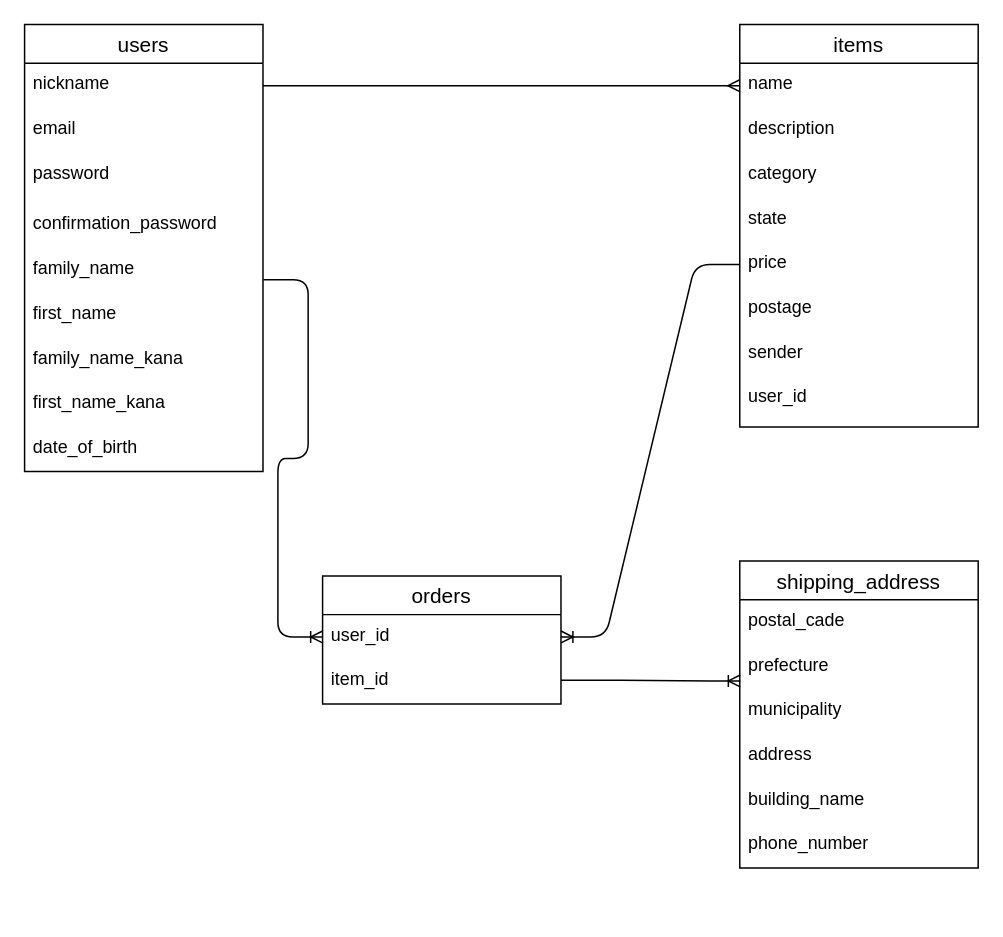
Above: furima.dio in cacaoman/furima-31730 (draw.io), before the change. Source tidied: cells renumbered, new cells numbered last; positions are measured from the earlier drawing's top-left corner, leaving out a move shared by most shapes. Both pictures are drawn from the tidied source at 149%, with x=0, y=0 at pixel (24, 24).
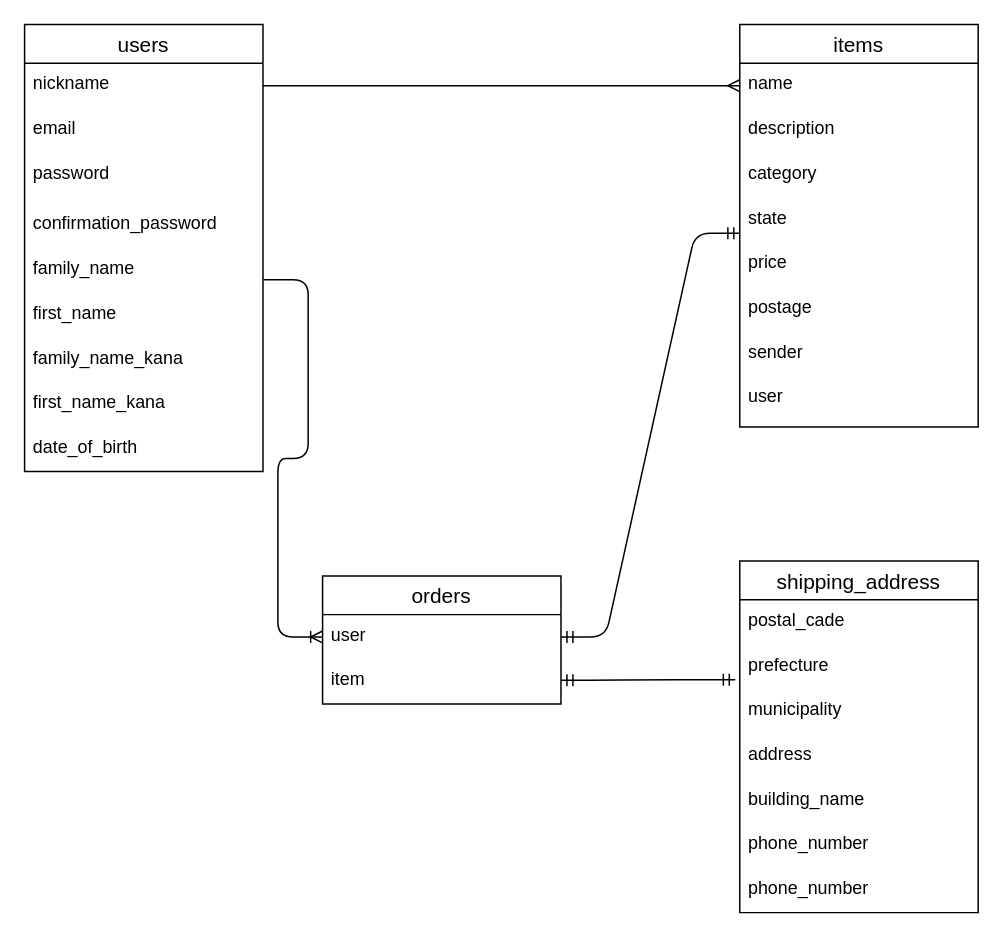
The same page after the edit.

Commit message (it also covers changes not shown here):
商品購入のテーブル追加に伴いアソシエーションの見直し

The change refers to these unchanged cells:
```xml
<mxCell id="13" value="items" style="swimlane;fontStyle=0;horizontal=1;startSize=26;align=center;fontSize=14;" parent="1" vertex="1">
  <mxGeometry x="480" width="160" height="270" as="geometry" />
</mxCell>
<mxCell id="18" value="price" style="text;strokeColor=none;fillColor=none;spacingLeft=4;spacingRight=4;overflow=hidden;points=[[0,0.5],[1,0.5]];portConstraint=eastwest;fontSize=12;" parent="13" vertex="1">
  <mxGeometry y="146" width="160" height="30" as="geometry" />
</mxCell>
<mxCell id="24" value="prefecture" style="text;strokeColor=none;fillColor=none;spacingLeft=4;spacingRight=4;overflow=hidden;points=[[0,0.5],[1,0.5]];portConstraint=eastwest;fontSize=12;" parent="22" vertex="1">
  <mxGeometry y="56" width="160" height="30" as="geometry" />
</mxCell>
<mxCell id="29" value="orders" style="swimlane;fontStyle=0;horizontal=1;startSize=26;align=center;fontSize=14;" parent="1" vertex="1">
  <mxGeometry x="200" y="370" width="160" height="86" as="geometry" />
</mxCell>
```

The edit, as a diff of the source:
```diff
@@
-    <mxCell id="21" value="user_id" style="text;strokeColor=none;fillColor=none;spacingLeft=4;spacingRight=4;overflow=hidden;fontSize=12;" parent="13" vertex="1">
+    <mxCell id="21" value="user" style="text;strokeColor=none;fillColor=none;spacingLeft=4;spacingRight=4;overflow=hidden;fontSize=12;" parent="13" vertex="1">
       <mxGeometry y="236" width="160" height="34" as="geometry" />
     </mxCell>
     <mxCell id="22" value="shipping_address" style="swimlane;fontStyle=0;horizontal=1;startSize=26;align=center;fontSize=14;" parent="1" vertex="1">
-      <mxGeometry x="480" y="360" width="160" height="206" as="geometry" />
+      <mxGeometry x="480" y="360" width="160" height="236" as="geometry" />
     </mxCell>
@@
+    <mxCell id="35" value="phone_number" style="text;strokeColor=none;fillColor=none;spacingLeft=4;spacingRight=4;overflow=hidden;fontSize=12;" parent="22" vertex="1">
+      <mxGeometry y="206" width="160" height="30" as="geometry" />
+    </mxCell>
@@
-    <mxCell id="30" value="user_id" style="text;strokeColor=none;fillColor=none;spacingLeft=4;spacingRight=4;overflow=hidden;points=[[0,0.5],[1,0.5]];portConstraint=eastwest;fontSize=12;" parent="29" vertex="1">
+    <mxCell id="30" value="user" style="text;strokeColor=none;fillColor=none;spacingLeft=4;spacingRight=4;overflow=hidden;points=[[0,0.5],[1,0.5]];portConstraint=eastwest;fontSize=12;" parent="29" vertex="1">
       <mxGeometry y="26" width="160" height="30" as="geometry" />
     </mxCell>
-    <mxCell id="31" value="item_id" style="text;strokeColor=none;fillColor=none;spacingLeft=4;spacingRight=4;overflow=hidden;fontSize=12;" parent="29" vertex="1">
+    <mxCell id="31" value="item" style="text;strokeColor=none;fillColor=none;spacingLeft=4;spacingRight=4;overflow=hidden;fontSize=12;" parent="29" vertex="1">
       <mxGeometry y="56" width="160" height="30" as="geometry" />
     </mxCell>
@@
-    <mxCell id="33" style="edgeStyle=entityRelationEdgeStyle;fontSize=12;html=1;endArrow=ERoneToMany;" parent="1" edge="1" source="18" target="30">
-      <mxGeometry relative="1" as="geometry" />
-    </mxCell>
-    <mxCell id="34" style="edgeStyle=entityRelationEdgeStyle;fontSize=12;html=1;endArrow=ERoneToMany;entryX=0.002;entryY=0.817;entryDx=0;entryDy=0;entryPerimeter=0;" parent="1" edge="1" target="24">
-      <mxGeometry relative="1" as="geometry">
-        <mxPoint x="360" y="440" as="sourcePoint" />
-      </mxGeometry>
-    </mxCell>
+    <mxCell id="36" style="edgeStyle=entityRelationEdgeStyle;fontSize=12;html=1;endArrow=ERmandOne;startArrow=ERmandOne;entryX=-0.019;entryY=0.789;entryDx=0;entryDy=0;entryPerimeter=0;" parent="1" edge="1" target="24">
+      <mxGeometry relative="1" as="geometry">
+        <mxPoint x="360" y="440" as="sourcePoint" />
+      </mxGeometry>
+    </mxCell>
+    <mxCell id="37" style="edgeStyle=entityRelationEdgeStyle;fontSize=12;html=1;endArrow=ERmandOne;startArrow=ERmandOne;exitX=1;exitY=0.5;exitDx=0;exitDy=0;" parent="1" edge="1" source="30">
+      <mxGeometry relative="1" as="geometry">
+        <mxPoint x="480" y="140" as="targetPoint" />
+      </mxGeometry>
+    </mxCell>
```
